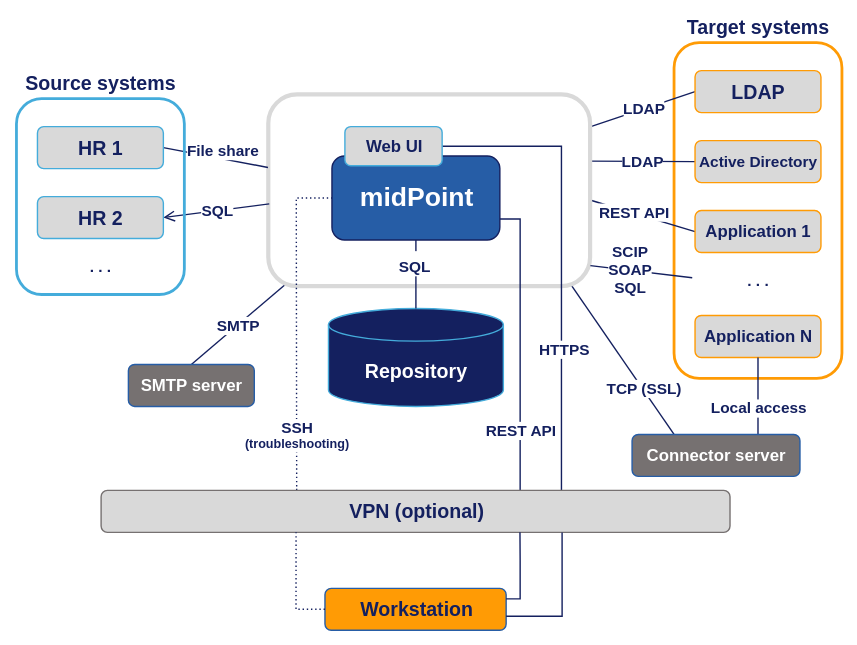
Evolveum/docs keeps this draw.io diagram as midpoint/install/system-requirements/midpoint-environment-schema-basic.svg. Above is the earlier version. Source tidied: cells renumbered, new cells last; positions are measured from the earlier drawing's top-left corner, leaving out a move shared by most shapes.
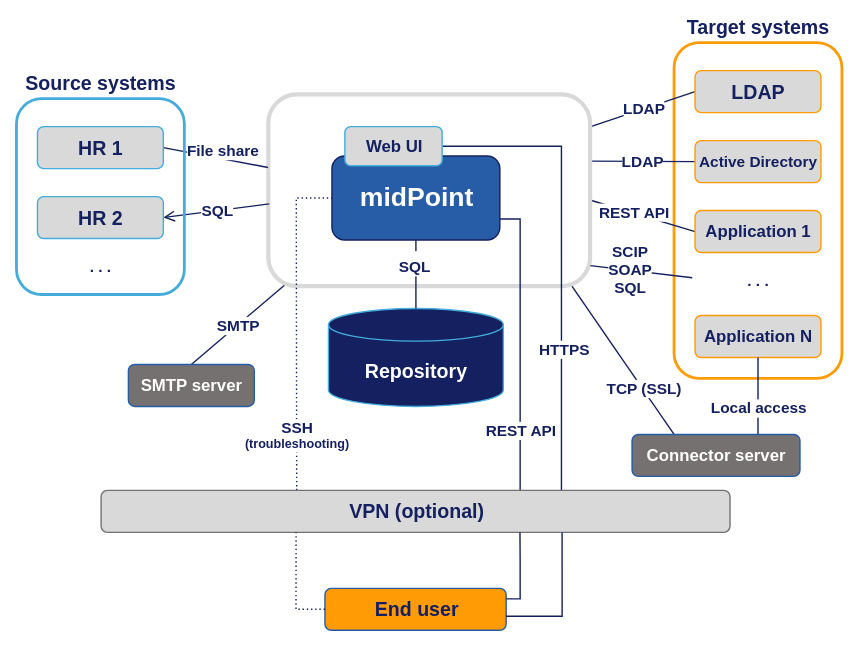
The same diagram one commit later.

Commit message:
Better wording for clear meaning

What changed in the source:
```diff
@@ -90,7 +90,7 @@
         <mxPoint x="483" y="168" as="targetPoint" />
       </mxGeometry>
     </mxCell>
-    <mxCell id="26" value="Workstation" style="rounded=1;whiteSpace=wrap;html=1;fillColor=light-dark(#FF9B05,#265DA6);fontSize=14;fontStyle=1;fontColor=#14205F;strokeColor=#265DA6;strokeWidth=1;" parent="1" vertex="1">
+    <mxCell id="26" value="End user" style="rounded=1;whiteSpace=wrap;html=1;fillColor=light-dark(#FF9B05,#265DA6);fontSize=14;fontStyle=1;fontColor=#14205F;strokeColor=#265DA6;strokeWidth=1;" parent="1" vertex="1">
       <mxGeometry x="220.5" y="390" width="129.5" height="30" as="geometry" />
     </mxCell>
     <mxCell id="27" value="Source systems" style="rounded=1;whiteSpace=wrap;html=1;fillColor=none;fontSize=14;fontStyle=1;fontColor=#14205F;strokeColor=#44ACDB;strokeWidth=2;labelPosition=center;verticalLabelPosition=top;align=center;verticalAlign=bottom;" parent="1" vertex="1">
```
